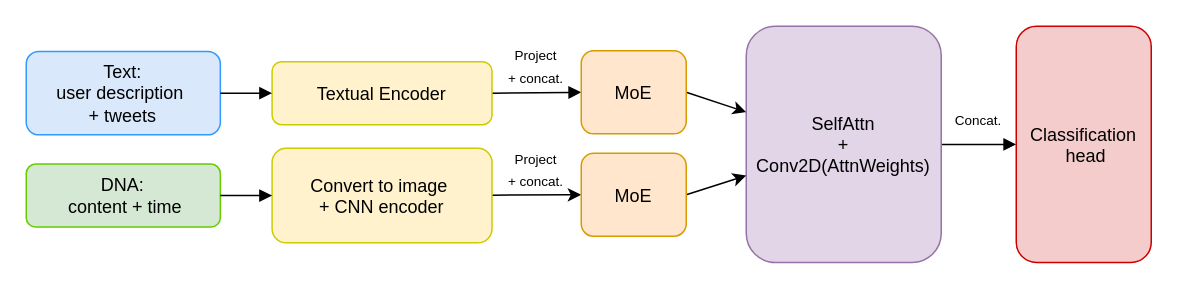
This is figures/raw/moe_model_diagram copy.drawio from HzaRashid/BattleBotsDetector, a draw.io file, before an edit. Source tidied: cells renumbered, new cells numbered last; positions are measured from the earlier drawing's top-left corner, leaving out a move shared by most shapes. Both pictures are drawn from the tidied source at 150%, with x=0, y=0 at pixel (26, 26).
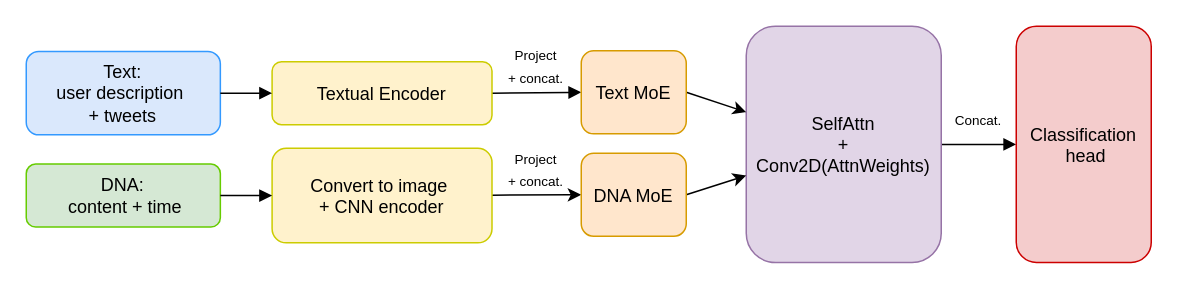
The same diagram, later.

The edit, as a diff of the source:
```diff
@@
 <mxGraphModel>
   <root>
     <mxCell id="0" />
     <mxCell id="1" parent="0" />
     <mxCell id="2" value="Text: &lt;br&gt;user description&amp;nbsp;&lt;br&gt;+ tweets" style="rounded=1;whiteSpace=wrap;html=1;fillColor=#DAE8FC;strokeColor=#3399FF;" parent="1" vertex="1">
       <mxGeometry y="16.8" width="129.4" height="55.6" as="geometry" />
     </mxCell>
     <mxCell id="3" value="DNA:&lt;br&gt;&amp;nbsp;content + time" style="rounded=1;whiteSpace=wrap;html=1;fillColor=#d5e8d4;strokeColor=#66CC00;" parent="1" vertex="1">
       <mxGeometry y="91.9" width="129.4" height="42" as="geometry" />
     </mxCell>
     <mxCell id="4" style="edgeStyle=none;html=1;exitX=1;exitY=0.5;exitDx=0;exitDy=0;entryX=0;entryY=0.5;entryDx=0;entryDy=0;endArrow=block;endFill=1;" parent="1" edge="1" source="5" target="18">
       <mxGeometry relative="1" as="geometry" />
     </mxCell>
     <mxCell id="5" value="Textual Encoder" style="rounded=1;fillColor=#fff2cc;strokeColor=#CCCC00;" parent="1" vertex="1">
       <mxGeometry x="163.9" y="23.6" width="146.6" height="42" as="geometry" />
     </mxCell>
     <mxCell id="6" style="edgeStyle=none;html=1;entryX=0;entryY=0.5;entryDx=0;entryDy=0;" parent="1" edge="1" source="7" target="16">
       <mxGeometry relative="1" as="geometry" />
     </mxCell>
     <mxCell id="7" value="Convert to image &#10;+ CNN encoder" style="rounded=1;fillColor=#fff2cc;strokeColor=#CCCC00;" parent="1" vertex="1">
       <mxGeometry x="163.9" y="81.4" width="146.6" height="63" as="geometry" />
     </mxCell>
     <mxCell id="8" style="edgeStyle=orthogonalEdgeStyle;rounded=0;jettySize=auto;html=1;exitX=1;exitY=0.5;exitDx=0;exitDy=0;entryX=0;entryY=0.5;entryDx=0;entryDy=0;endArrow=block;endFill=1;" parent="1" edge="1" source="9" target="11">
       <mxGeometry relative="1" as="geometry" />
     </mxCell>
     <mxCell id="9" value="SelfAttn&#10;+&#10;Conv2D(AttnWeights)" style="rounded=1;fillColor=#e1d5e7;strokeColor=#9673a6;" parent="1" vertex="1">
       <mxGeometry x="480" width="130" height="157.5" as="geometry" />
     </mxCell>
     <mxCell id="10" style="endArrow=block;" parent="1" edge="1" source="2" target="5">
       <mxGeometry relative="1" as="geometry" />
     </mxCell>
     <mxCell id="11" value="Classification&#10; head" style="rounded=1;fillColor=#f4cccc;strokeColor=#CC0000;" parent="1" vertex="1">
       <mxGeometry x="660" width="90" height="157.5" as="geometry" />
     </mxCell>
     <mxCell id="12" style="endArrow=block;entryX=0;entryY=0.5;entryDx=0;entryDy=0;exitX=1;exitY=0.5;exitDx=0;exitDy=0;" parent="1" edge="1" source="3" target="7">
       <mxGeometry relative="1" as="geometry" />
     </mxCell>
     <mxCell id="13" value="&lt;font style=&quot;font-size: 9px;&quot;&gt;Project&lt;br&gt;+ concat.&lt;/font&gt;" style="rounded=0;whiteSpace=wrap;html=1;fillColor=none;strokeColor=none;" parent="1" vertex="1">
       <mxGeometry x="320" y="16.4" width="40" height="20" as="geometry" />
     </mxCell>
     <mxCell id="14" style="edgeStyle=none;html=1;exitX=1;exitY=0.5;exitDx=0;exitDy=0;" parent="1" edge="1" source="18" target="9">
       <mxGeometry relative="1" as="geometry" />
     </mxCell>
     <mxCell id="15" style="edgeStyle=none;html=1;exitX=1;exitY=0.5;exitDx=0;exitDy=0;" parent="1" edge="1" source="16" target="9">
       <mxGeometry relative="1" as="geometry" />
     </mxCell>
-    <mxCell id="16" value="MoE" style="rounded=1;fillColor=#ffe6cc;strokeColor=#d79b00;" parent="1" vertex="1">
+    <mxCell id="16" value="DNA MoE" style="rounded=1;fillColor=#ffe6cc;strokeColor=#d79b00;" parent="1" vertex="1">
       <mxGeometry x="370" y="84.7" width="70" height="55.3" as="geometry" />
     </mxCell>
     <mxCell id="17" value="&lt;font style=&quot;font-size: 9px;&quot;&gt;Project&lt;br&gt;+ concat.&lt;/font&gt;" style="rounded=0;whiteSpace=wrap;html=1;fillColor=none;strokeColor=none;" parent="1" vertex="1">
       <mxGeometry x="320" y="84.7" width="40" height="20" as="geometry" />
     </mxCell>
-    <mxCell id="18" value="MoE" style="rounded=1;fillColor=#ffe6cc;strokeColor=#d79b00;" parent="1" vertex="1">
+    <mxCell id="18" value="Text MoE" style="rounded=1;fillColor=#ffe6cc;strokeColor=#d79b00;" parent="1" vertex="1">
       <mxGeometry x="370" y="16.4" width="70" height="55.3" as="geometry" />
     </mxCell>
     <mxCell id="19" value="&lt;font style=&quot;font-size: 9px;&quot;&gt;Concat.&lt;/font&gt;" style="rounded=0;whiteSpace=wrap;html=1;fillColor=none;strokeColor=none;" parent="1" vertex="1">
       <mxGeometry x="620" y="51.8" width="30" height="20" as="geometry" />
     </mxCell>
   </root>
 </mxGraphModel>
```
